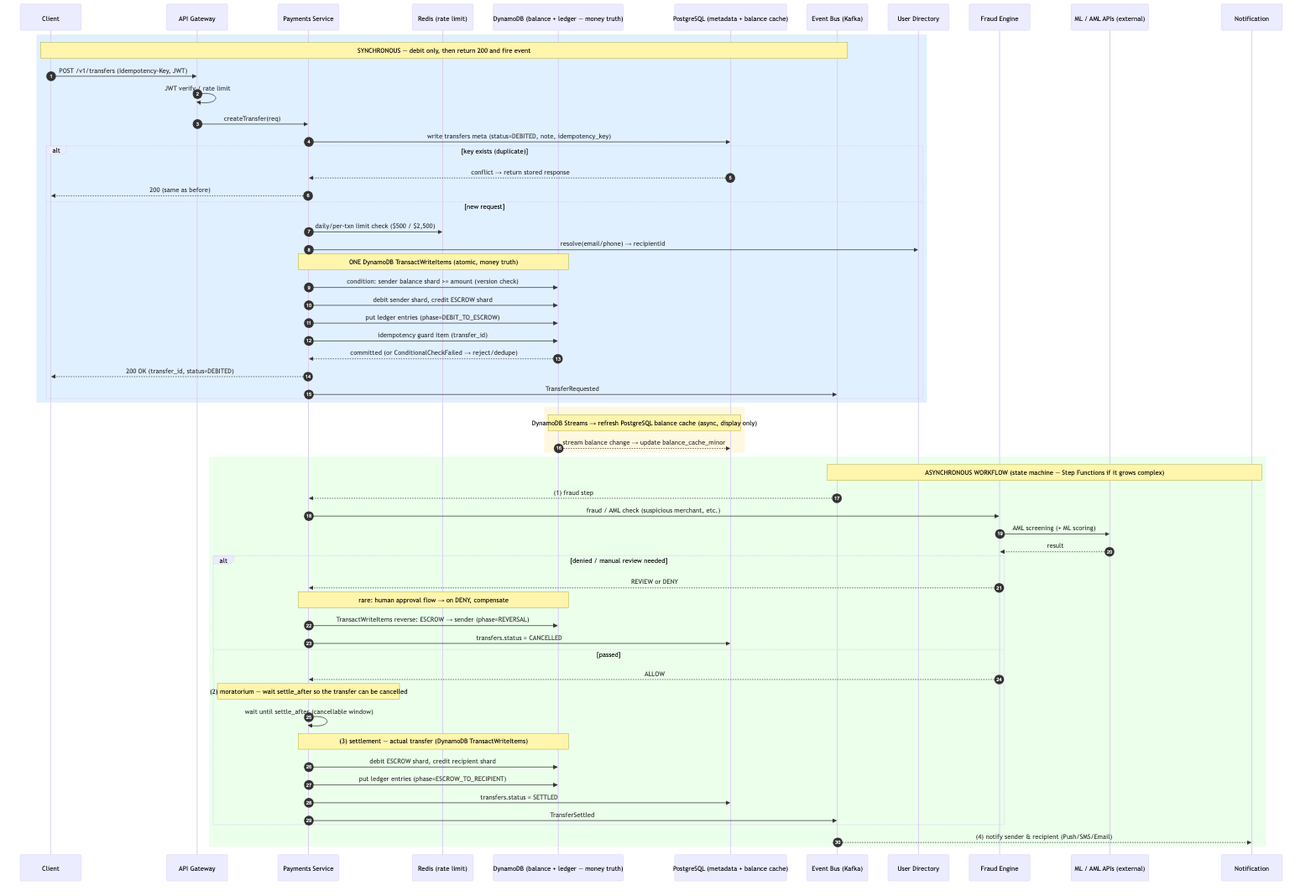
This is 1-p2p-transaction/transfer-sequence.png from masayukitanaka/system-designs, a Mermaid export, as it was before one commit. Its source is kept beside it as 1-p2p-transaction/diagrams/transfer-sequence.mmd.
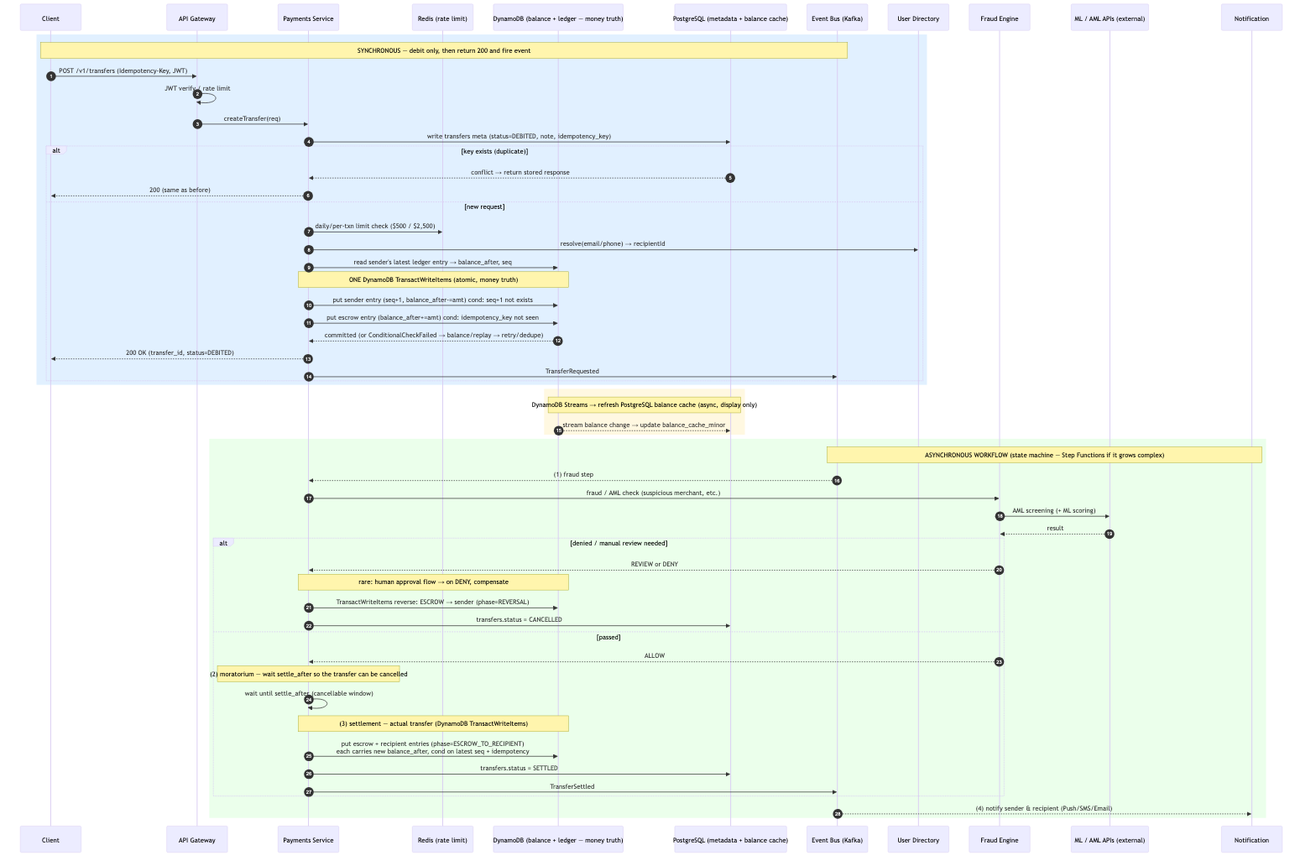
Later version of the same file.

Diff of the diagram source:
```diff
@@ -24,12 +24,11 @@
     else 新規リクエスト
         P->>R: 日次/取引限度チェック ($500 / $2,500)
         P->>U: resolve(email/phone) → recipientId
+        P->>DDB: 送金者の最新台帳エントリを読む → balance_after, seq
         Note over P,DDB: 単一 DynamoDB TransactWriteItems (原子的, 金額の真実)
-        P->>DDB: 条件: 送金者残高シャード >= 金額 (versionチェック)
-        P->>DDB: 送金者シャードをdebit, ESCROWシャードをcredit
-        P->>DDB: 台帳エントリをput (phase=DEBIT_TO_ESCROW)
-        P->>DDB: 冪等性ガードアイテム (transfer_id)
-        DDB-->>P: コミット (または ConditionalCheckFailed → 拒否/重複排除)
+        P->>DDB: 送金者エントリput (seq+1, balance_after-=金額) 条件:seq+1未存在
+        P->>DDB: エスクローエントリput (balance_after+=金額) 条件:idempotency_key未使用
+        DDB-->>P: コミット (または ConditionalCheckFailed → 残高不足/再送 → 再試行/重複排除)
         P-->>C: 200 OK (transfer_id, status=DEBITED)
         P->>MQ: TransferRequested
     end
@@ -56,8 +55,7 @@
         Note over P: (2) モラトリアム — settle_after まで待機し取消可能にする
         P->>P: settle_after まで待機 (取消可能な期間)
         Note over P,DDB: (3) トランザクション — 実際の振込 (DynamoDB TransactWriteItems)
-        P->>DDB: ESCROWシャードをdebit, 受取人シャードをcredit
-        P->>DDB: 台帳エントリをput (phase=ESCROW_TO_RECIPIENT)
+        P->>DDB: エスクロー+受取人エントリput (phase=ESCROW_TO_RECIPIENT)<br/>各々が新しいbalance_afterを持つ・最新seq+冪等で条件付き
         P->>PG: transfers.status = SETTLED
         P->>MQ: TransferSettled
     end
```
